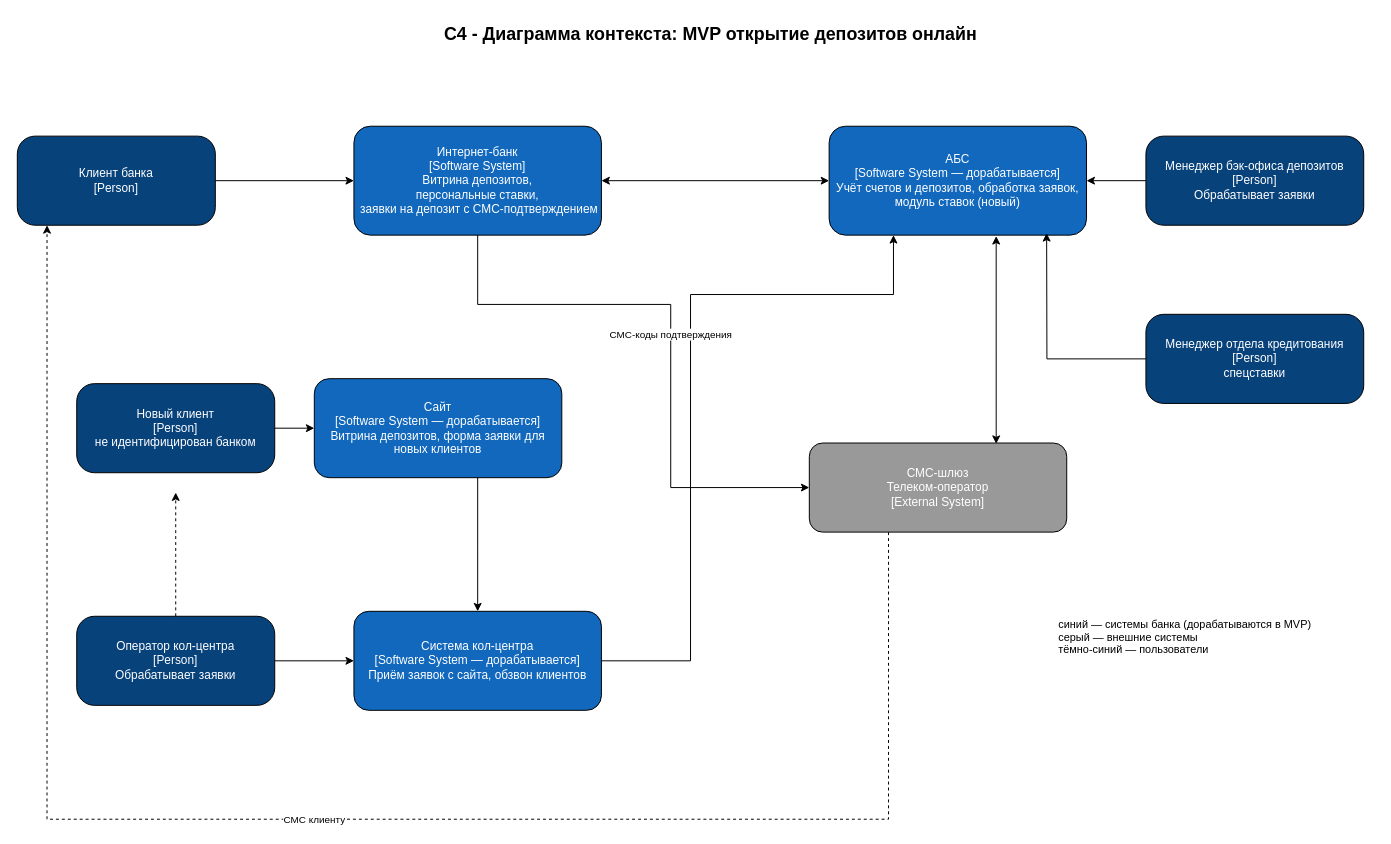
The draw.io diagram Task3/deposits-mvp-c4-context.drawio in agr333221/architecture-pro-standart, before the edit. Source tidied: cells renumbered, new cells numbered last; positions are measured from the earlier drawing's top-left corner, leaving out a move shared by most shapes. Both pictures are drawn from the tidied source at 99%, with x=0, y=0 at pixel (17, 17).
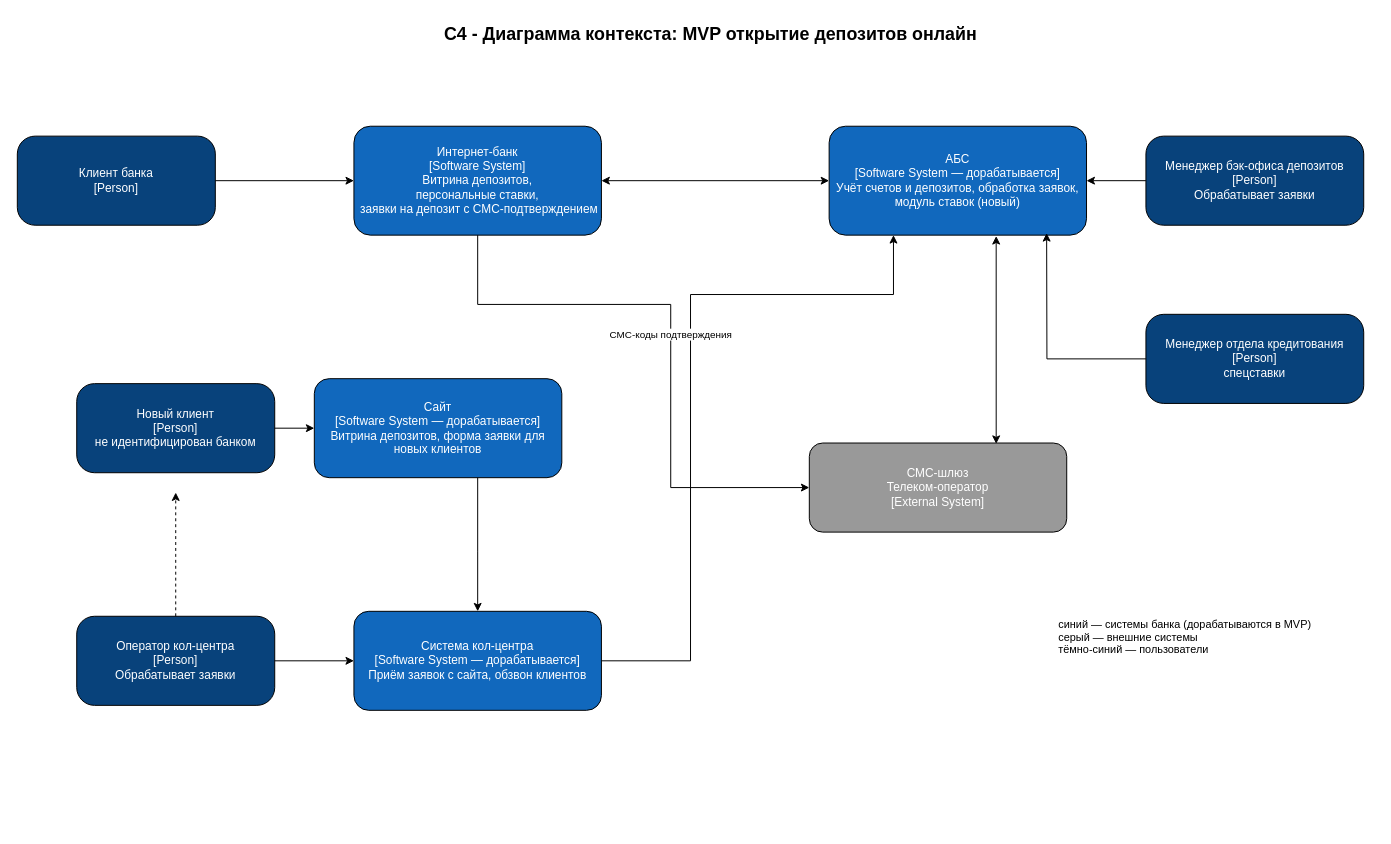
The same diagram, later.

The change refers to these unchanged cells:
```xml
<mxCell id="3" value="Клиент банка&lt;br&gt;[Person]" style="rounded=1;whiteSpace=wrap;html=1;fillColor=#08427B;fontColor=#ffffff;arcSize=20;" parent="1" vertex="1">
  <mxGeometry y="120" width="200" height="90" as="geometry" />
</mxCell>
<mxCell id="12" value="СМС-шлюз&lt;br&gt;Телеком-оператор&lt;br&gt;[External System]" style="rounded=1;whiteSpace=wrap;html=1;fillColor=#999999;fontColor=#ffffff;" parent="1" vertex="1">
  <mxGeometry x="800" y="430" width="260" height="90" as="geometry" />
</mxCell>
```

What changed in the source:
```diff
@@
-    <mxCell id="22" value="СМС клиенту" style="edgeStyle=orthogonalEdgeStyle;rounded=0;html=1;fontSize=10;dashed=1;" parent="1" edge="1" source="12" target="3">
-      <mxGeometry relative="1" as="geometry">
-        <Array as="points">
-          <mxPoint x="880" y="810" />
-          <mxPoint x="30" y="810" />
-        </Array>
-      </mxGeometry>
-    </mxCell>
```
